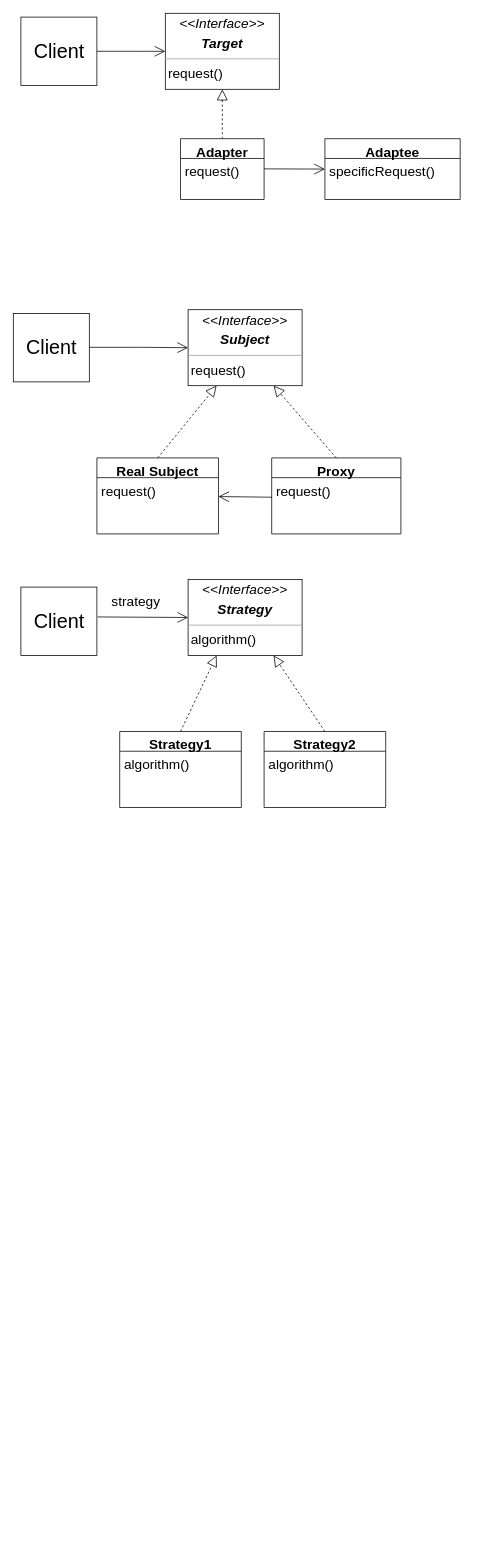
The draw.io diagram Untitled Diagram.drawio in PashaJ23/sandbox-area, before the edit. Source tidied: cells renumbered, new cells numbered last; positions are measured from the earlier drawing's top-left corner, leaving out a move shared by most shapes. Both pictures are drawn from the tidied source at 76%, with x=0, y=0 at pixel (13, 13).
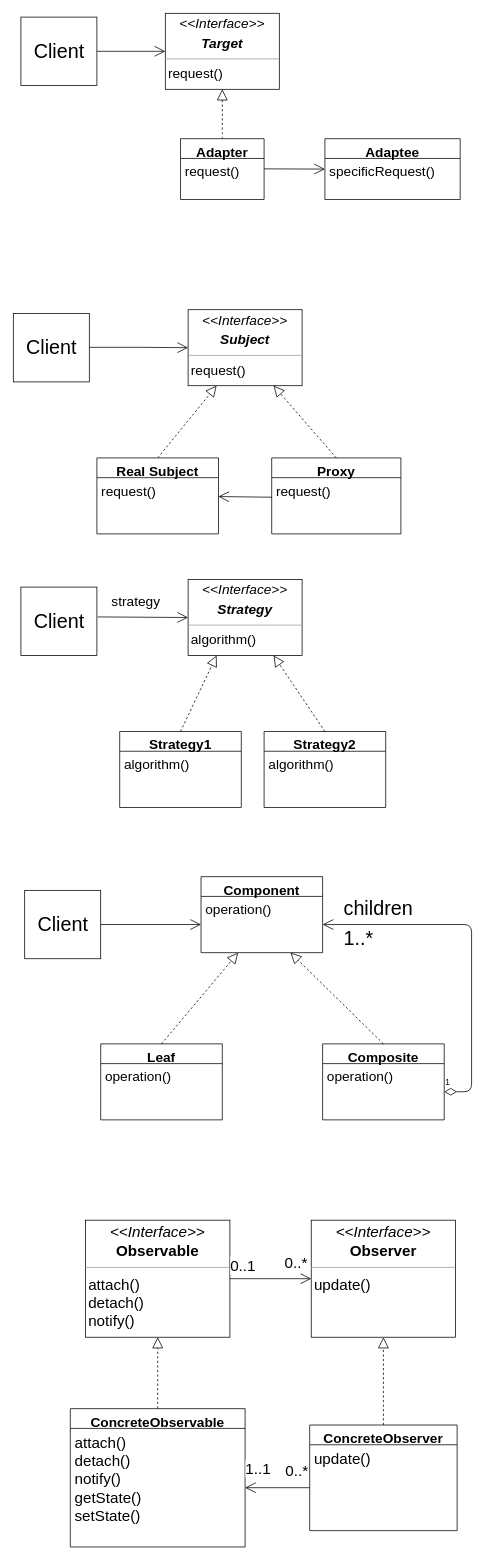
After the change.

Commit message:
Observer, Proxy

Change to the diagram source:
```diff
@@
+    <mxCell id="31" value="&lt;font style=&quot;font-size: 26px&quot;&gt;Client&lt;/font&gt;" style="html=1;" parent="1" vertex="1">
+      <mxGeometry x="15" y="1154" width="100" height="90" as="geometry" />
+    </mxCell>
+    <mxCell id="32" value="Component" style="swimlane;fontStyle=1;align=center;verticalAlign=top;horizontal=1;startSize=26;fontSize=18;" parent="1" vertex="1">
+      <mxGeometry x="247" y="1136" width="160" height="100" as="geometry" />
+    </mxCell>
+    <mxCell id="33" value="operation()" style="text;strokeColor=none;fillColor=none;align=left;verticalAlign=top;spacingLeft=4;spacingRight=4;overflow=hidden;points=[[0,0.5],[1,0.5]];portConstraint=eastwest;fontSize=18;" parent="32" vertex="1">
+      <mxGeometry y="26" width="160" height="74" as="geometry" />
+    </mxCell>
+    <mxCell id="34" value="Leaf" style="swimlane;fontStyle=1;align=center;verticalAlign=top;horizontal=1;startSize=26;fontSize=18;" parent="1" vertex="1">
+      <mxGeometry x="115" y="1356" width="160" height="100" as="geometry" />
+    </mxCell>
+    <mxCell id="35" value="operation()" style="text;strokeColor=none;fillColor=none;align=left;verticalAlign=top;spacingLeft=4;spacingRight=4;overflow=hidden;fontSize=18;" parent="34" vertex="1">
+      <mxGeometry y="26" width="160" height="74" as="geometry" />
+    </mxCell>
+    <mxCell id="36" value="Composite" style="swimlane;fontStyle=1;align=center;verticalAlign=top;horizontal=1;startSize=26;fontSize=18;" parent="1" vertex="1">
+      <mxGeometry x="407" y="1356" width="160" height="100" as="geometry" />
+    </mxCell>
+    <mxCell id="37" value="operation()" style="text;strokeColor=none;fillColor=none;align=left;verticalAlign=top;spacingLeft=4;spacingRight=4;overflow=hidden;points=[[0,0.5],[1,0.5]];portConstraint=eastwest;fontSize=18;" parent="36" vertex="1">
+      <mxGeometry y="26" width="160" height="74" as="geometry" />
+    </mxCell>
+    <mxCell id="38" style="endArrow=open;endFill=1;endSize=12;html=1;exitX=1;exitY=0.5;exitDx=0;exitDy=0;entryX=0;entryY=0.5;entryDx=0;entryDy=0;" parent="1" edge="1" source="31" target="33">
+      <mxGeometry relative="1" as="geometry" />
+    </mxCell>
+    <mxCell id="39" value="1" style="endArrow=open;html=1;endSize=12;startArrow=diamondThin;startSize=14;startFill=0;edgeStyle=orthogonalEdgeStyle;align=left;verticalAlign=bottom;exitX=1;exitY=0.5;exitDx=0;exitDy=0;" parent="1" edge="1" source="37" target="33">
+      <mxGeometry x="-1" y="3" relative="1" as="geometry">
+        <Array as="points">
+          <mxPoint x="603" y="1419" />
+          <mxPoint x="603" y="1199" />
+        </Array>
+      </mxGeometry>
+    </mxCell>
+    <mxCell id="40" value="1..*" style="edgeLabel;html=1;align=center;verticalAlign=middle;fontSize=26;" parent="39" vertex="1">
+      <mxGeometry x="0.89" y="-2" relative="1" as="geometry">
+        <mxPoint x="21" y="20" as="offset" />
+      </mxGeometry>
+    </mxCell>
+    <mxCell id="41" value="children" style="edgeLabel;html=1;align=center;verticalAlign=middle;fontSize=26;" parent="39" vertex="1">
+      <mxGeometry x="0.78" relative="1" as="geometry">
+        <mxPoint x="22" y="-22" as="offset" />
+      </mxGeometry>
+    </mxCell>
+    <mxCell id="42" style="endArrow=block;dashed=1;endFill=0;endSize=12;html=1;fontSize=26;exitX=0.5;exitY=0;exitDx=0;exitDy=0;" parent="1" edge="1" source="34" target="33">
+      <mxGeometry relative="1" as="geometry" />
+    </mxCell>
+    <mxCell id="43" style="endArrow=block;dashed=1;endFill=0;endSize=12;html=1;fontSize=26;exitX=0.5;exitY=0;exitDx=0;exitDy=0;" parent="1" edge="1" source="36" target="33">
+      <mxGeometry relative="1" as="geometry" />
+    </mxCell>
+    <mxCell id="44" value="&lt;p style=&quot;margin: 4px 0px 0px ; text-align: center ; font-size: 20px&quot;&gt;&lt;font style=&quot;font-size: 20px&quot;&gt;&lt;i&gt;&amp;lt;&amp;lt;Interface&amp;gt;&amp;gt;&lt;/i&gt;&lt;br&gt;&lt;b&gt;Observable&lt;/b&gt;&lt;/font&gt;&lt;/p&gt;&lt;hr size=&quot;1&quot; style=&quot;font-size: 20px&quot;&gt;&lt;p style=&quot;margin: 0px 0px 0px 4px ; font-size: 20px&quot;&gt;&lt;/p&gt;&lt;p style=&quot;margin: 0px 0px 0px 4px ; font-size: 20px&quot;&gt;&lt;font style=&quot;font-size: 20px&quot;&gt;attach()&lt;/font&gt;&lt;/p&gt;&lt;p style=&quot;margin: 0px 0px 0px 4px ; font-size: 20px&quot;&gt;&lt;font style=&quot;font-size: 20px&quot;&gt;detach()&lt;/font&gt;&lt;/p&gt;&lt;p style=&quot;margin: 0px 0px 0px 4px ; font-size: 20px&quot;&gt;&lt;font style=&quot;font-size: 20px&quot;&gt;notify()&lt;/font&gt;&lt;/p&gt;" style="verticalAlign=top;align=left;overflow=fill;fontSize=12;fontFamily=Helvetica;html=1;" parent="1" vertex="1">
+      <mxGeometry x="95" y="1588" width="190" height="154" as="geometry" />
+    </mxCell>
+    <mxCell id="45" value="&lt;p style=&quot;margin: 4px 0px 0px ; text-align: center ; font-size: 20px&quot;&gt;&lt;font style=&quot;font-size: 20px&quot;&gt;&lt;i&gt;&amp;lt;&amp;lt;Interface&amp;gt;&amp;gt;&lt;/i&gt;&lt;br&gt;&lt;b&gt;Observer&lt;/b&gt;&lt;/font&gt;&lt;/p&gt;&lt;hr size=&quot;1&quot; style=&quot;font-size: 20px&quot;&gt;&lt;p style=&quot;margin: 0px 0px 0px 4px ; font-size: 20px&quot;&gt;&lt;/p&gt;&lt;p style=&quot;margin: 0px 0px 0px 4px ; font-size: 20px&quot;&gt;update()&lt;/p&gt;" style="verticalAlign=top;align=left;overflow=fill;fontSize=12;fontFamily=Helvetica;html=1;" parent="1" vertex="1">
+      <mxGeometry x="392" y="1588" width="190" height="154" as="geometry" />
+    </mxCell>
+    <mxCell id="46" value="ConcreteObservable" style="swimlane;fontStyle=1;align=center;verticalAlign=top;horizontal=1;startSize=26;fontSize=18;" parent="1" vertex="1">
+      <mxGeometry x="75" y="1836" width="230" height="182" as="geometry" />
+    </mxCell>
+    <mxCell id="47" value="attach()&#10;detach()&#10;notify()&#10;getState()&#10;setState()" style="text;strokeColor=none;fillColor=none;align=left;verticalAlign=top;spacingLeft=4;spacingRight=4;overflow=hidden;points=[[0,0.5],[1,0.5]];portConstraint=eastwest;fontSize=20;" parent="46" vertex="1">
+      <mxGeometry y="26" width="230" height="156" as="geometry" />
+    </mxCell>
+    <mxCell id="48" value="ConcreteObserver" style="swimlane;fontStyle=1;align=center;verticalAlign=top;horizontal=1;startSize=26;fontSize=18;" parent="1" vertex="1">
+      <mxGeometry x="390" y="1857.5" width="194" height="139" as="geometry" />
+    </mxCell>
+    <mxCell id="49" value="update()" style="text;strokeColor=none;fillColor=none;align=left;verticalAlign=top;spacingLeft=4;spacingRight=4;overflow=hidden;points=[[0,0.5],[1,0.5]];portConstraint=eastwest;fontSize=20;" parent="48" vertex="1">
+      <mxGeometry y="26" width="194" height="113" as="geometry" />
+    </mxCell>
+    <mxCell id="50" style="endArrow=open;endFill=1;endSize=12;html=1;fontSize=20;exitX=0;exitY=0.5;exitDx=0;exitDy=0;entryX=1;entryY=0.5;entryDx=0;entryDy=0;" parent="1" edge="1" source="49" target="47">
+      <mxGeometry relative="1" as="geometry" />
+    </mxCell>
+    <mxCell id="51" value="0..*" style="edgeLabel;html=1;align=center;verticalAlign=middle;fontSize=20;" parent="50" vertex="1">
+      <mxGeometry x="-0.72" y="-2" relative="1" as="geometry">
+        <mxPoint x="-6" y="-22" as="offset" />
+      </mxGeometry>
+    </mxCell>
+    <mxCell id="52" value="1..1" style="edgeLabel;html=1;align=center;verticalAlign=middle;fontSize=20;" parent="50" vertex="1">
+      <mxGeometry x="0.67" relative="1" as="geometry">
+        <mxPoint x="2" y="-26" as="offset" />
+      </mxGeometry>
+    </mxCell>
+    <mxCell id="53" style="endArrow=block;dashed=1;endFill=0;endSize=12;html=1;fontSize=20;exitX=0.5;exitY=0;exitDx=0;exitDy=0;entryX=0.5;entryY=1;entryDx=0;entryDy=0;" parent="1" edge="1" source="46" target="44">
+      <mxGeometry relative="1" as="geometry" />
+    </mxCell>
+    <mxCell id="54" style="endArrow=block;dashed=1;endFill=0;endSize=12;html=1;fontSize=20;exitX=0.5;exitY=0;exitDx=0;exitDy=0;entryX=0.5;entryY=1;entryDx=0;entryDy=0;" parent="1" edge="1" source="48" target="45">
+      <mxGeometry relative="1" as="geometry" />
+    </mxCell>
+    <mxCell id="55" style="endArrow=open;endFill=1;endSize=12;html=1;fontSize=20;exitX=1;exitY=0.5;exitDx=0;exitDy=0;entryX=0;entryY=0.5;entryDx=0;entryDy=0;" parent="1" edge="1" source="44" target="45">
+      <mxGeometry relative="1" as="geometry" />
+    </mxCell>
+    <mxCell id="56" value="0..*" style="edgeLabel;html=1;align=center;verticalAlign=middle;fontSize=20;" parent="55" vertex="1">
+      <mxGeometry x="0.53" y="1" relative="1" as="geometry">
+        <mxPoint x="4" y="-21" as="offset" />
+      </mxGeometry>
+    </mxCell>
+    <mxCell id="57" value="0..1" style="edgeLabel;html=1;align=center;verticalAlign=middle;fontSize=20;" parent="55" vertex="1">
+      <mxGeometry x="-0.74" y="1" relative="1" as="geometry">
+        <mxPoint x="2" y="-18" as="offset" />
+      </mxGeometry>
+    </mxCell>
```
